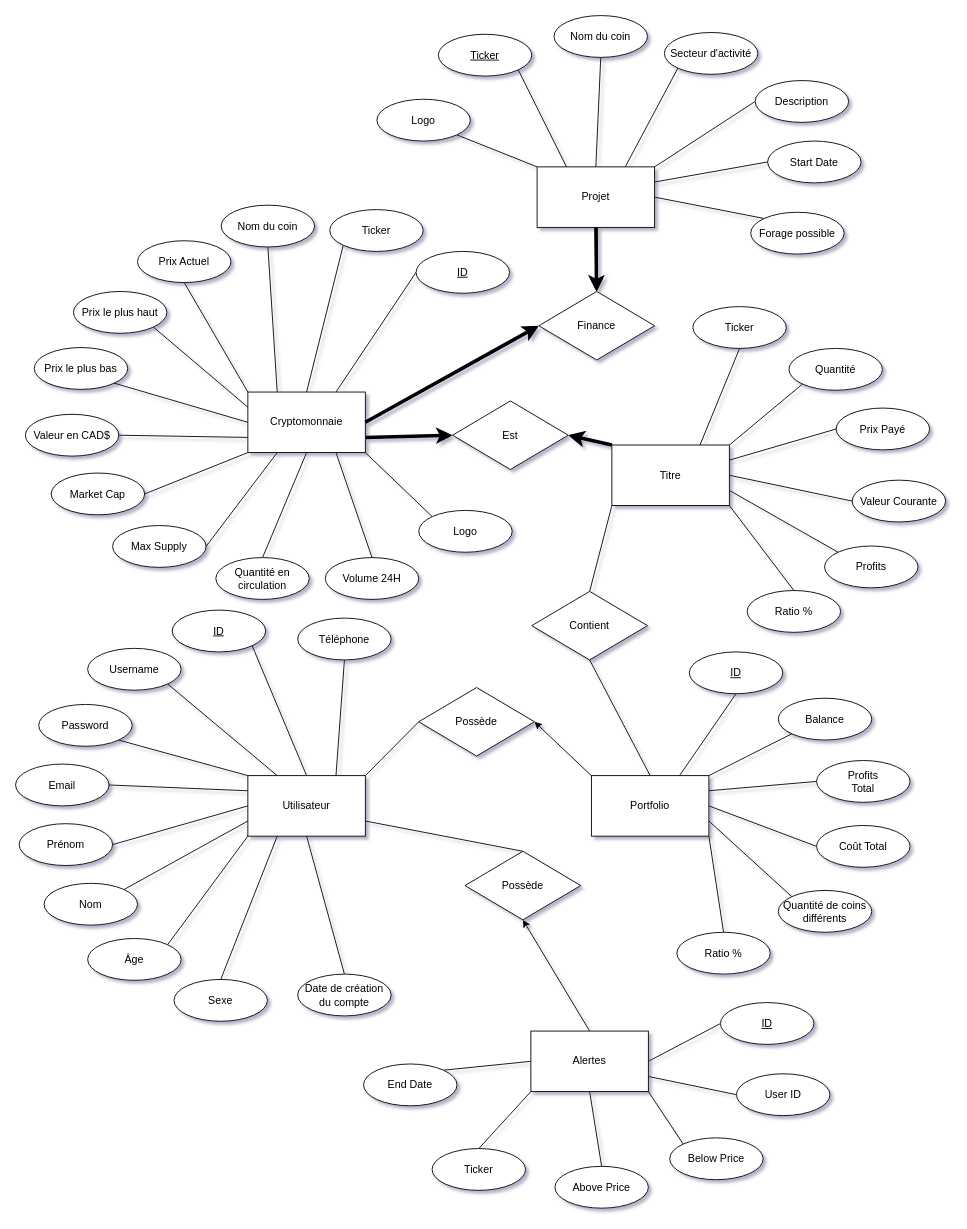
Above: Rapport/Entite-Relation.drawio in matreurai/GLO-2005 (draw.io), before the change. Source tidied: cells renumbered, new cells numbered last; positions are measured from the earlier drawing's top-left corner, leaving out a move shared by most shapes. Both pictures are drawn from the tidied source at 89%, with x=0, y=0 at pixel (15, 15).
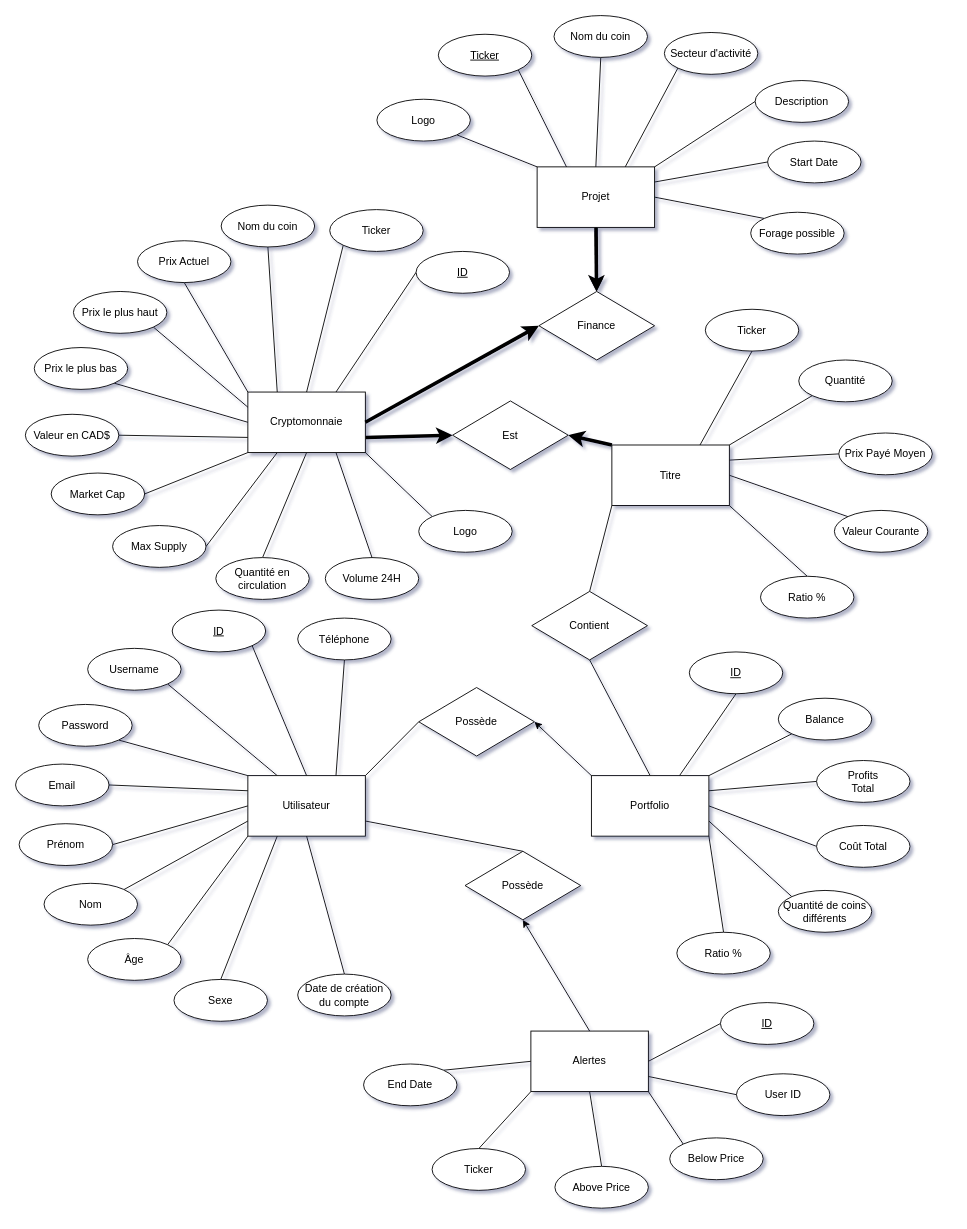
Above is the later version.

Commit message:
Changement des attributs de la relation Titre

The change refers to these unchanged cells:
```xml
<mxCell id="85" value="Titre" style="rounded=0;whiteSpace=wrap;html=1;" parent="1" vertex="1">
  <mxGeometry x="670" y="482.5" width="132" height="68" as="geometry" />
</mxCell>
```

Change to the diagram source:
```diff
@@
     <mxCell id="74" value="Ticker" style="ellipse;whiteSpace=wrap;html=1;fontStyle=0;" parent="1" vertex="1">
-      <mxGeometry x="761" y="327" width="105" height="47" as="geometry" />
+      <mxGeometry x="775" y="330" width="105" height="47" as="geometry" />
     </mxCell>
     <mxCell id="75" value="Quantité" style="ellipse;whiteSpace=wrap;html=1;fontStyle=0;" parent="1" vertex="1">
-      <mxGeometry x="869" y="374" width="105" height="47" as="geometry" />
+      <mxGeometry x="880" y="387" width="105" height="47" as="geometry" />
     </mxCell>
-    <mxCell id="76" value="Prix Payé" style="ellipse;whiteSpace=wrap;html=1;fontStyle=0;" parent="1" vertex="1">
-      <mxGeometry x="922" y="441" width="105" height="47" as="geometry" />
-    </mxCell>
     <mxCell id="77" value="Valeur Courante" style="ellipse;whiteSpace=wrap;html=1;fontStyle=0;" parent="1" vertex="1">
-      <mxGeometry x="940" y="522" width="105" height="47" as="geometry" />
+      <mxGeometry x="920" y="556" width="105" height="47" as="geometry" />
     </mxCell>
@@
-    <mxCell id="81" style="edgeStyle=none;rounded=0;jettySize=auto;html=1;exitX=1;exitY=0.25;exitDx=0;exitDy=0;entryX=0;entryY=0.5;entryDx=0;entryDy=0;endArrow=none;endFill=0;" parent="1" edge="1" source="85" target="76">
+    <mxCell id="81" style="edgeStyle=none;rounded=0;jettySize=auto;html=1;exitX=1;exitY=0.25;exitDx=0;exitDy=0;entryX=0;entryY=0.5;entryDx=0;entryDy=0;endArrow=none;endFill=0;" parent="1" edge="1" source="85" target="118">
       <mxGeometry relative="1" as="geometry" />
     </mxCell>
-    <mxCell id="82" style="edgeStyle=none;rounded=0;jettySize=auto;html=1;exitX=1;exitY=0.5;exitDx=0;exitDy=0;entryX=0;entryY=0.5;entryDx=0;entryDy=0;endArrow=none;endFill=0;" parent="1" edge="1" source="85" target="77">
+    <mxCell id="82" style="edgeStyle=none;rounded=0;jettySize=auto;html=1;exitX=1;exitY=0.5;exitDx=0;exitDy=0;entryX=0;entryY=0;entryDx=0;entryDy=0;endArrow=none;endFill=0;" parent="1" edge="1" source="85" target="77">
       <mxGeometry relative="1" as="geometry" />
     </mxCell>
-    <mxCell id="83" style="edgeStyle=none;rounded=0;jettySize=auto;html=1;exitX=1;exitY=0.75;exitDx=0;exitDy=0;entryX=0;entryY=0;entryDx=0;entryDy=0;endArrow=none;endFill=0;" parent="1" edge="1" source="85" target="91">
-      <mxGeometry relative="1" as="geometry" />
-    </mxCell>
@@
-    <mxCell id="91" value="Profits" style="ellipse;whiteSpace=wrap;html=1;fontStyle=0;" parent="1" vertex="1">
-      <mxGeometry x="909" y="596" width="105" height="47" as="geometry" />
-    </mxCell>
     <mxCell id="92" value="Ratio %" style="ellipse;whiteSpace=wrap;html=1;fontStyle=0;" parent="1" vertex="1">
-      <mxGeometry x="822" y="646" width="105" height="47" as="geometry" />
+      <mxGeometry x="837" y="630" width="105" height="47" as="geometry" />
     </mxCell>
@@
+    <mxCell id="118" value="Prix Payé Moyen" style="ellipse;whiteSpace=wrap;html=1;fontStyle=0;" parent="1" vertex="1">
+      <mxGeometry x="925" y="469" width="105" height="47" as="geometry" />
+    </mxCell>
```
